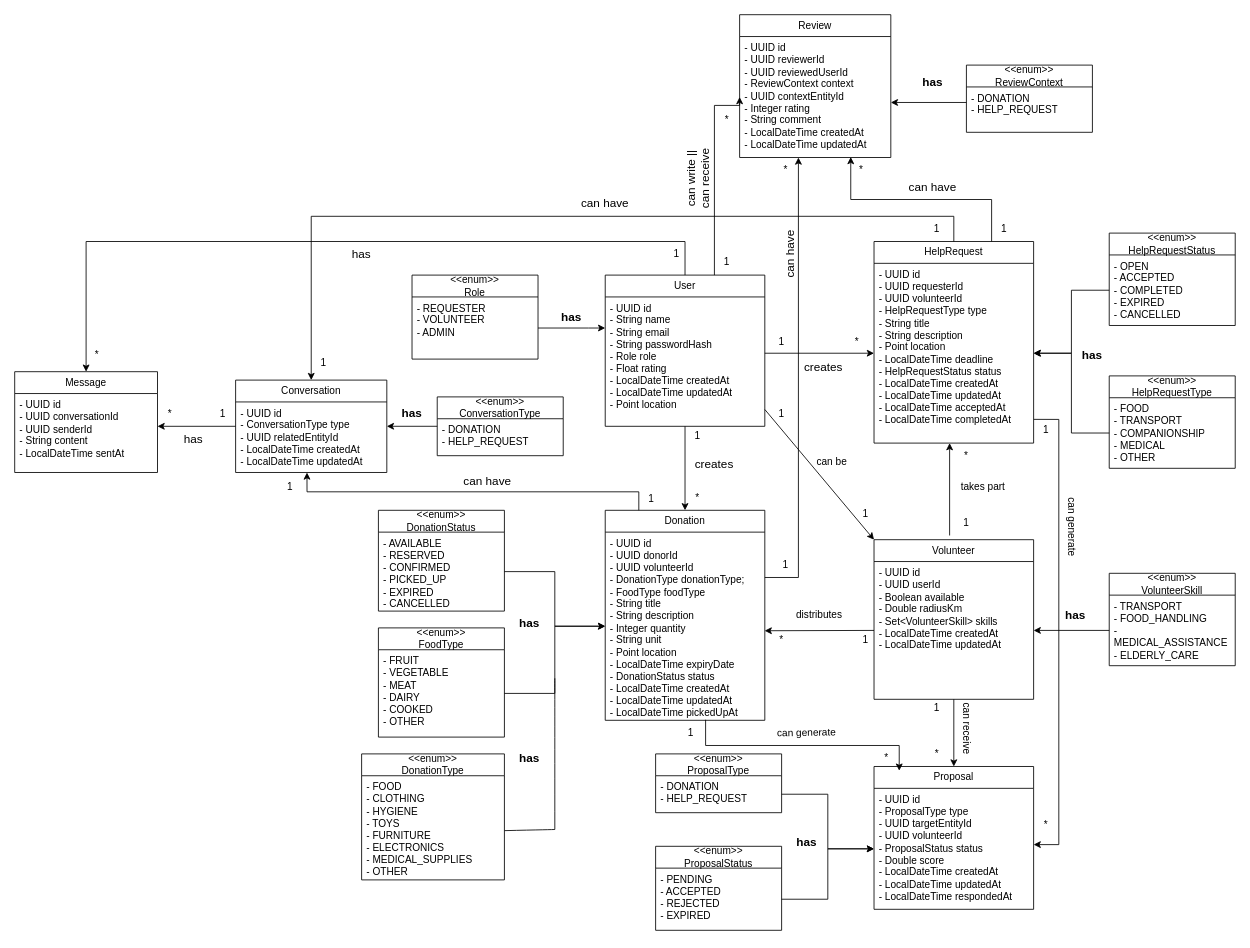
Earlier version of the draw.io diagram docs/class-diagram-community-help.drawio (Chuckytin/community-help-pro). Source tidied: cells renumbered, new cells numbered last; positions are measured from the earlier drawing's top-left corner, leaving out a move shared by most shapes. Both pictures are drawn from the tidied source at 84%, with x=0, y=0 at pixel (14, 14).
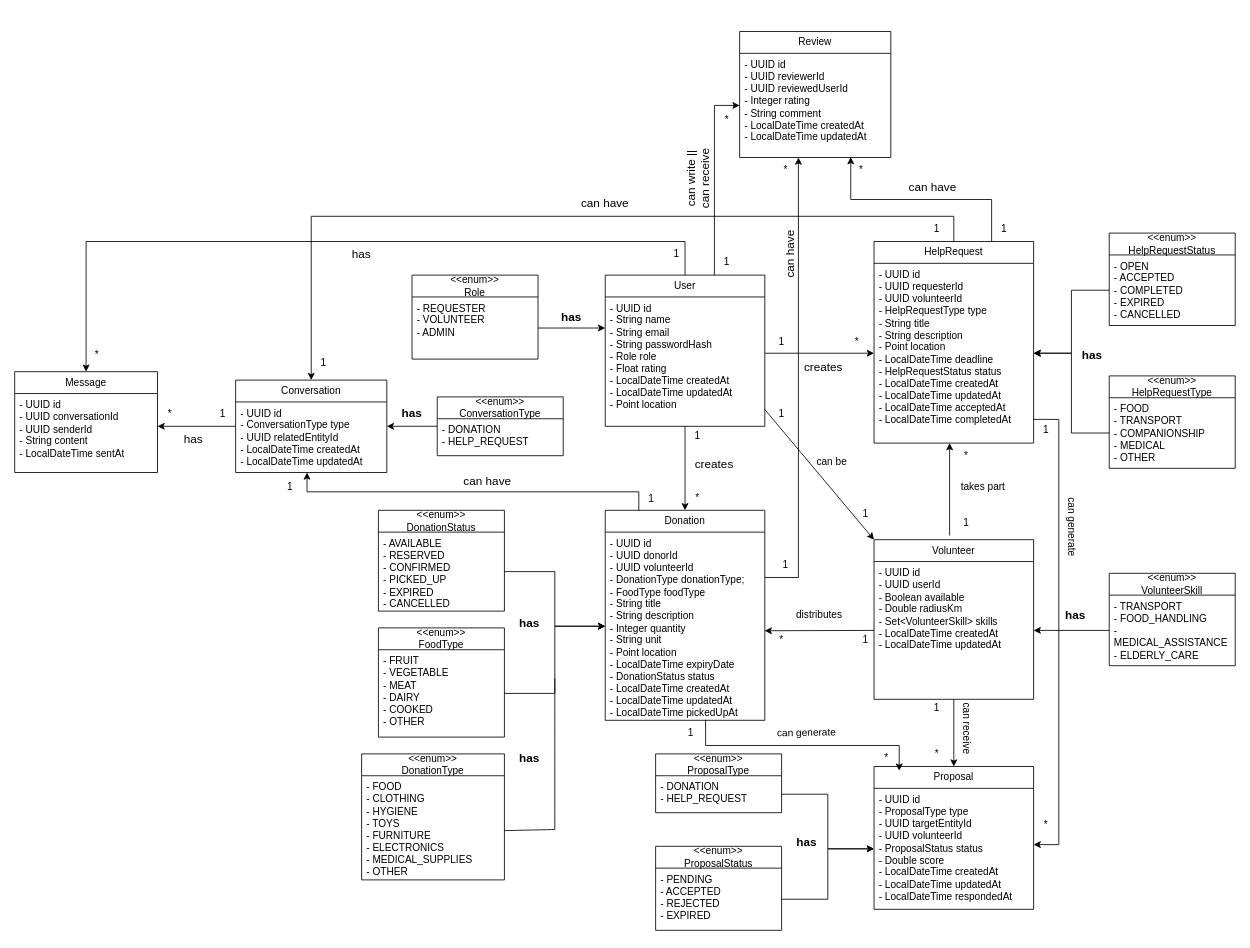
The same page after the edit.

Change to the diagram source:
```diff
@@
     <mxCell id="61" value="Review" style="swimlane;fontStyle=0;horizontal=1;startSize=26;fillColor=none;whiteSpace=wrap;html=1;" parent="1" vertex="1">
-      <mxGeometry x="863" width="180" height="170" as="geometry" />
+      <mxGeometry x="863" y="20" width="180" height="150" as="geometry" />
     </mxCell>
-    <mxCell id="62" value="- UUID id&lt;div&gt;- UUID reviewerId&lt;/div&gt;&lt;div&gt;- UUID reviewedUserId&lt;/div&gt;&lt;div&gt;- ReviewContext context&lt;/div&gt;&lt;div&gt;- UUID contextEntityId&lt;/div&gt;&lt;div&gt;- Integer rating&lt;/div&gt;&lt;div&gt;- String comment&lt;/div&gt;&lt;div&gt;- LocalDateTime createdAt&lt;/div&gt;&lt;div&gt;- LocalDateTime updatedAt&lt;/div&gt;" style="text;strokeColor=none;fillColor=none;align=left;verticalAlign=top;spacingLeft=4;spacingRight=4;overflow=hidden;points=[[0,0.5],[1,0.5]];portConstraint=eastwest;whiteSpace=wrap;html=1;" parent="61" vertex="1">
-      <mxGeometry y="26" width="180" height="144" as="geometry" />
+    <mxCell id="62" value="- UUID id&lt;div&gt;- UUID reviewerId&lt;/div&gt;&lt;div&gt;- UUID reviewedUserId&lt;/div&gt;&lt;div&gt;- Integer rating&lt;/div&gt;&lt;div&gt;- String comment&lt;/div&gt;&lt;div&gt;- LocalDateTime createdAt&lt;/div&gt;&lt;div&gt;- LocalDateTime updatedAt&lt;/div&gt;" style="text;strokeColor=none;fillColor=none;align=left;verticalAlign=top;spacingLeft=4;spacingRight=4;overflow=hidden;points=[[0,0.5],[1,0.5]];portConstraint=eastwest;whiteSpace=wrap;html=1;" parent="61" vertex="1">
+      <mxGeometry y="26" width="180" height="124" as="geometry" />
     </mxCell>
-    <mxCell id="63" value="&amp;lt;&amp;lt;enum&amp;gt;&amp;gt;&lt;div&gt;ReviewContext&lt;/div&gt;" style="swimlane;fontStyle=0;horizontal=1;startSize=26;fillColor=none;whiteSpace=wrap;html=1;" parent="1" vertex="1">
-      <mxGeometry x="1133" y="60" width="150" height="80" as="geometry" />
-    </mxCell>
-    <mxCell id="64" value="&lt;div&gt;- DONATION&lt;/div&gt;&lt;div&gt;- HELP_REQUEST&lt;/div&gt;" style="text;strokeColor=none;fillColor=none;align=left;verticalAlign=top;spacingLeft=4;spacingRight=4;overflow=hidden;whiteSpace=wrap;html=1;" parent="63" vertex="1">
-      <mxGeometry y="26" width="150" height="54" as="geometry" />
-    </mxCell>
-    <mxCell id="65" value="&lt;font style=&quot;font-size: 14px;&quot;&gt;&lt;b&gt;has&lt;/b&gt;&lt;/font&gt;" style="text;html=1;whiteSpace=wrap;strokeColor=none;fillColor=none;align=center;verticalAlign=middle;rounded=0;" parent="1" vertex="1">
-      <mxGeometry x="1063" y="65" width="60" height="30" as="geometry" />
-    </mxCell>
-    <mxCell id="66" style="edgeStyle=orthogonalEdgeStyle;rounded=0;orthogonalLoop=1;jettySize=auto;html=1;entryX=1;entryY=0.5;entryDx=0;entryDy=0;" parent="1" edge="1">
-      <mxGeometry relative="1" as="geometry">
-        <mxPoint x="1133" y="104.5" as="sourcePoint" />
-        <mxPoint x="1043" y="104.5" as="targetPoint" />
-      </mxGeometry>
-    </mxCell>
```
